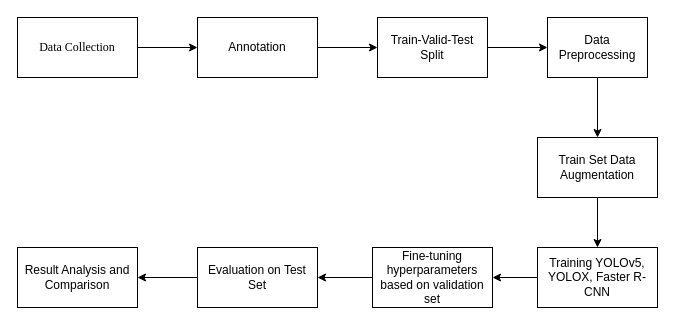
Before: Overview of the proposed methodology.drawio in SartJ/AI-Fun, a draw.io diagram. Source tidied: cells renumbered, new cells numbered last; positions are measured from the earlier drawing's top-left corner, leaving out a move shared by most shapes. Both pictures are drawn from the tidied source at 100%, with x=0, y=0 at pixel (17, 17).
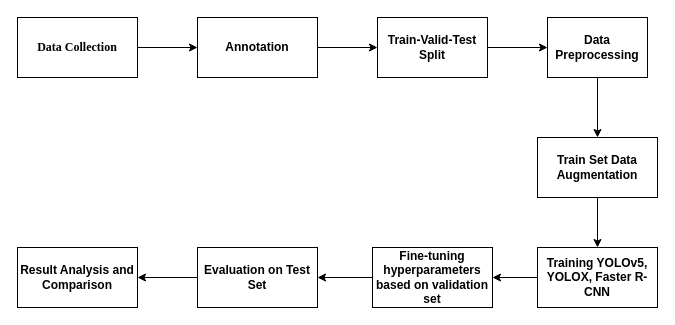
Above is the later version.

Change to the diagram source:
```diff
@@
 <mxGraphModel>
   <root>
     <mxCell id="0" />
     <mxCell id="1" parent="0" />
-    <mxCell id="2" value="Result Analysis and Comparison" style="rounded=0;whiteSpace=wrap;html=1;" parent="1" vertex="1">
+    <mxCell id="2" value="Result Analysis and Comparison" style="rounded=0;whiteSpace=wrap;html=1;fontStyle=1;fontSize=12;" parent="1" vertex="1">
       <mxGeometry y="230" width="120" height="60" as="geometry" />
     </mxCell>
-    <mxCell id="3" style="edgeStyle=orthogonalEdgeStyle;rounded=0;jettySize=auto;html=1;fontFamily=Times New Roman;fontSize=12;" parent="1" edge="1" source="4" target="2">
+    <mxCell id="3" style="edgeStyle=orthogonalEdgeStyle;rounded=0;jettySize=auto;html=1;fontFamily=Times New Roman;fontSize=12;fontStyle=1;" parent="1" edge="1" source="4" target="2">
       <mxGeometry relative="1" as="geometry" />
     </mxCell>
-    <mxCell id="4" value="Evaluation on Test Set" style="rounded=0;whiteSpace=wrap;html=1;" parent="1" vertex="1">
+    <mxCell id="4" value="Evaluation on Test Set" style="rounded=0;whiteSpace=wrap;html=1;fontStyle=1;fontSize=12;" parent="1" vertex="1">
       <mxGeometry x="180" y="230" width="120" height="60" as="geometry" />
     </mxCell>
-    <mxCell id="5" style="edgeStyle=orthogonalEdgeStyle;rounded=0;jettySize=auto;html=1;fontFamily=Times New Roman;fontSize=12;" parent="1" edge="1" source="6" target="4">
+    <mxCell id="5" style="edgeStyle=orthogonalEdgeStyle;rounded=0;jettySize=auto;html=1;fontFamily=Times New Roman;fontSize=12;fontStyle=1;" parent="1" edge="1" source="6" target="4">
       <mxGeometry relative="1" as="geometry" />
     </mxCell>
-    <mxCell id="6" value="Fine-tuning hyperparameters based on validation set" style="rounded=0;whiteSpace=wrap;html=1;" parent="1" vertex="1">
+    <mxCell id="6" value="Fine-tuning hyperparameters based on validation set" style="rounded=0;whiteSpace=wrap;html=1;fontStyle=1;fontSize=12;" parent="1" vertex="1">
       <mxGeometry x="355" y="230" width="120" height="60" as="geometry" />
     </mxCell>
-    <mxCell id="7" style="edgeStyle=orthogonalEdgeStyle;rounded=0;jettySize=auto;html=1;fontFamily=Times New Roman;fontSize=12;" parent="1" edge="1" source="8" target="6">
+    <mxCell id="7" style="edgeStyle=orthogonalEdgeStyle;rounded=0;jettySize=auto;html=1;fontFamily=Times New Roman;fontSize=12;fontStyle=1;" parent="1" edge="1" source="8" target="6">
       <mxGeometry relative="1" as="geometry" />
     </mxCell>
-    <mxCell id="8" value="Training YOLOv5, YOLOX, Faster R-CNN" style="rounded=0;whiteSpace=wrap;html=1;" parent="1" vertex="1">
+    <mxCell id="8" value="Training YOLOv5, YOLOX, Faster R-CNN" style="rounded=0;whiteSpace=wrap;html=1;fontStyle=1;fontSize=12;" parent="1" vertex="1">
       <mxGeometry x="520" y="230" width="120" height="60" as="geometry" />
     </mxCell>
-    <mxCell id="9" style="edgeStyle=orthogonalEdgeStyle;rounded=0;jettySize=auto;html=1;fontFamily=Times New Roman;fontSize=12;" parent="1" edge="1" source="10" target="8">
+    <mxCell id="9" style="edgeStyle=orthogonalEdgeStyle;rounded=0;jettySize=auto;html=1;fontFamily=Times New Roman;fontSize=12;fontStyle=1;" parent="1" edge="1" source="10" target="8">
       <mxGeometry relative="1" as="geometry" />
     </mxCell>
-    <mxCell id="10" value="Train Set Data Augmentation" style="rounded=0;whiteSpace=wrap;html=1;" parent="1" vertex="1">
+    <mxCell id="10" value="Train Set Data Augmentation" style="rounded=0;whiteSpace=wrap;html=1;fontStyle=1;fontSize=12;" parent="1" vertex="1">
       <mxGeometry x="520" y="120" width="120" height="60" as="geometry" />
     </mxCell>
-    <mxCell id="11" style="edgeStyle=orthogonalEdgeStyle;rounded=0;jettySize=auto;html=1;fontFamily=Times New Roman;fontSize=12;" parent="1" edge="1" source="12" target="10">
+    <mxCell id="11" style="edgeStyle=orthogonalEdgeStyle;rounded=0;jettySize=auto;html=1;fontFamily=Times New Roman;fontSize=12;fontStyle=1;" parent="1" edge="1" source="12" target="10">
       <mxGeometry relative="1" as="geometry" />
     </mxCell>
-    <mxCell id="12" value="Data Preprocessing" style="rounded=0;whiteSpace=wrap;html=1;" parent="1" vertex="1">
+    <mxCell id="12" value="Data Preprocessing" style="rounded=0;whiteSpace=wrap;html=1;fontStyle=1;fontSize=12;" parent="1" vertex="1">
       <mxGeometry x="530" width="100" height="60" as="geometry" />
     </mxCell>
-    <mxCell id="13" style="edgeStyle=orthogonalEdgeStyle;rounded=0;jettySize=auto;html=1;fontFamily=Times New Roman;fontSize=12;" parent="1" edge="1" source="14" target="12">
+    <mxCell id="13" style="edgeStyle=orthogonalEdgeStyle;rounded=0;jettySize=auto;html=1;fontFamily=Times New Roman;fontSize=12;fontStyle=1;" parent="1" edge="1" source="14" target="12">
       <mxGeometry relative="1" as="geometry" />
     </mxCell>
-    <mxCell id="14" value="Train-Valid-Test Split" style="rounded=0;whiteSpace=wrap;html=1;" parent="1" vertex="1">
+    <mxCell id="14" value="Train-Valid-Test Split" style="rounded=0;whiteSpace=wrap;html=1;fontStyle=1;fontSize=12;" parent="1" vertex="1">
       <mxGeometry x="360" width="110" height="60" as="geometry" />
     </mxCell>
-    <mxCell id="15" style="edgeStyle=orthogonalEdgeStyle;rounded=0;jettySize=auto;html=1;fontFamily=Times New Roman;fontSize=12;" parent="1" edge="1" source="16" target="14">
+    <mxCell id="15" style="edgeStyle=orthogonalEdgeStyle;rounded=0;jettySize=auto;html=1;fontFamily=Times New Roman;fontSize=12;fontStyle=1;" parent="1" edge="1" source="16" target="14">
       <mxGeometry relative="1" as="geometry" />
     </mxCell>
-    <mxCell id="16" value="Annotation" style="rounded=0;whiteSpace=wrap;html=1;" parent="1" vertex="1">
+    <mxCell id="16" value="Annotation" style="rounded=0;whiteSpace=wrap;html=1;fontStyle=1;fontSize=12;" parent="1" vertex="1">
       <mxGeometry x="180" width="120" height="60" as="geometry" />
     </mxCell>
-    <mxCell id="17" style="edgeStyle=orthogonalEdgeStyle;rounded=0;jettySize=auto;html=1;fontFamily=Times New Roman;fontSize=12;" parent="1" edge="1" source="18" target="16">
+    <mxCell id="17" style="edgeStyle=orthogonalEdgeStyle;rounded=0;jettySize=auto;html=1;fontFamily=Times New Roman;fontSize=12;fontStyle=1;" parent="1" edge="1" source="18" target="16">
       <mxGeometry relative="1" as="geometry" />
     </mxCell>
-    <mxCell id="18" value="&lt;font style=&quot;font-size: 12px;&quot; face=&quot;Times New Roman&quot;&gt;Data Collection&lt;/font&gt;" style="rounded=0;whiteSpace=wrap;html=1;" parent="1" vertex="1">
+    <mxCell id="18" value="&lt;font style=&quot;font-size: 12px;&quot; face=&quot;Times New Roman&quot;&gt;Data Collection&lt;/font&gt;" style="rounded=0;whiteSpace=wrap;html=1;fontStyle=1;fontSize=12;" parent="1" vertex="1">
       <mxGeometry width="120" height="60" as="geometry" />
     </mxCell>
   </root>
 </mxGraphModel>
```
